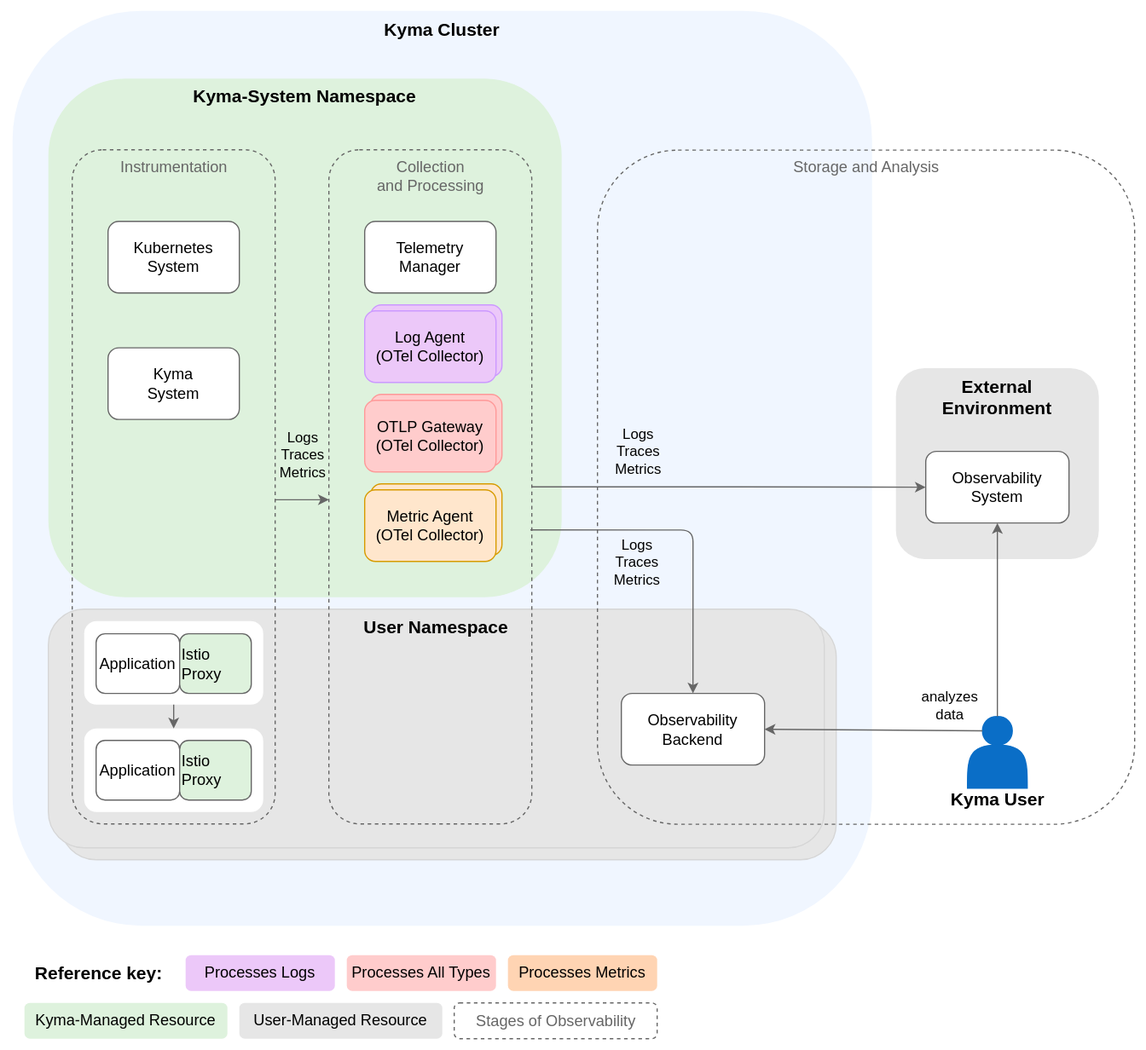
Before: docs/user/assets/telemetry-arch.drawio.svg, a diagram exported from draw.io (kyma-project/telemetry-manager). Source tidied: cells renumbered, new cells last; positions are measured from the earlier drawing's top-left corner, leaving out a move shared by most shapes.
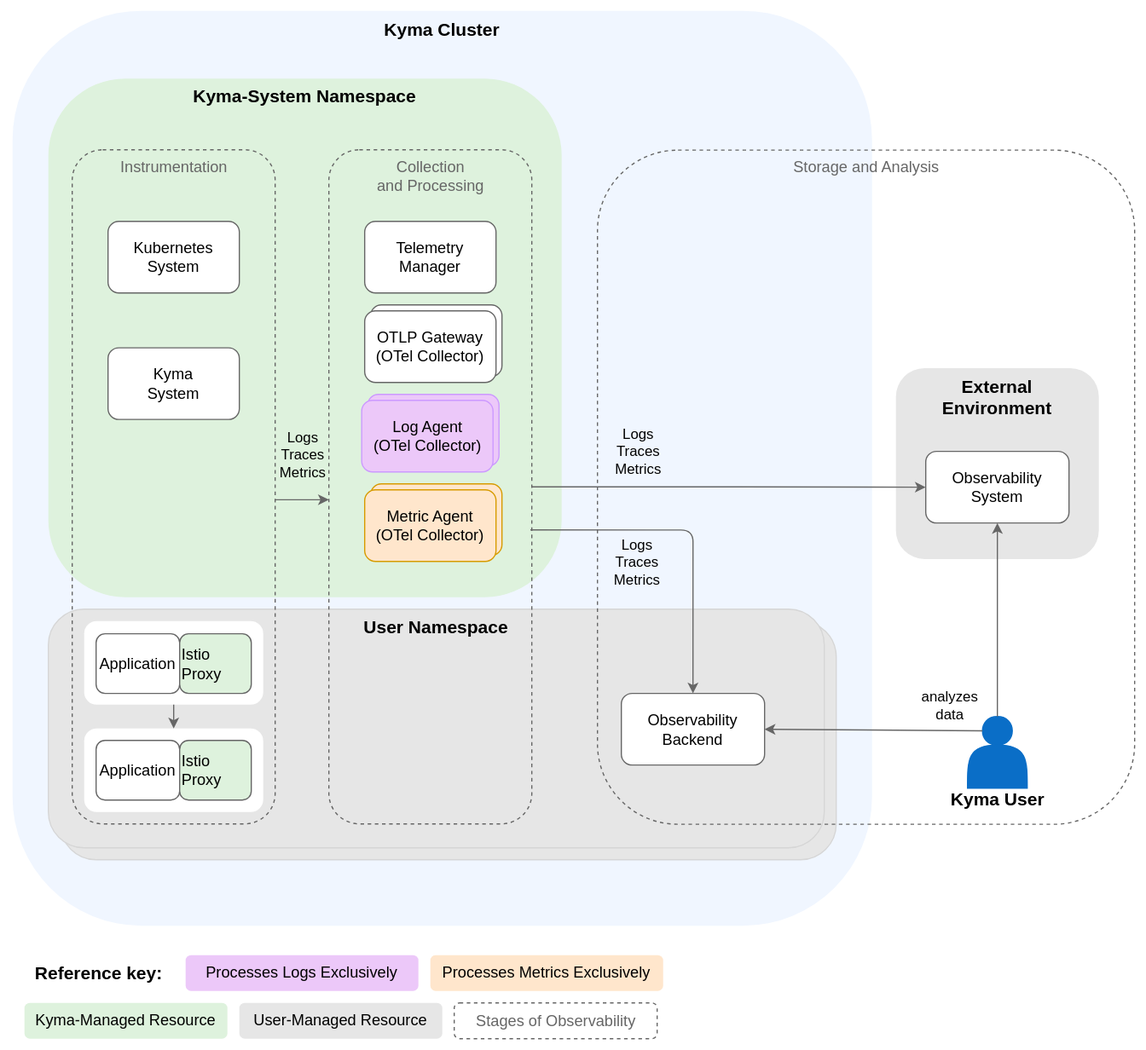
Above is the later version.

Commit message:
docs: adjust diagrams according to new OTLP Gateway architecture (#3423)

The edit, as a diff of the source:
```diff
@@ -72,22 +72,19 @@
       <mxGeometry x="305" y="185" width="110" height="60" as="geometry" />
     </mxCell>
     <mxCell id="22" value="Log Agent&lt;br&gt;(Fluent Bit)" style="rounded=1;whiteSpace=wrap;html=1;fillColor=#ecc8f9;strokeColor=#CC99FF;fontColor=#000000;" parent="1" vertex="1">
-      <mxGeometry x="310" y="255" width="110" height="60" as="geometry" />
+      <mxGeometry x="307.5" y="330" width="110" height="60" as="geometry" />
     </mxCell>
-    <mxCell id="23" value="Trace Gateway&lt;br&gt;(Otel Collector)" style="rounded=1;whiteSpace=wrap;html=1;fillColor=#FFCCCC;strokeColor=#FF9999;fontColor=#000000;" parent="1" vertex="1">
-      <mxGeometry x="310" y="330" width="110" height="60" as="geometry" />
+    <mxCell id="23" value="Trace Gateway&lt;br&gt;(Otel Collector)" style="rounded=1;whiteSpace=wrap;html=1;fillColor=#FFFFFF;strokeColor=#666666;fontColor=#000000;" parent="1" vertex="1">
+      <mxGeometry x="310" y="255" width="110" height="60" as="geometry" />
     </mxCell>
     <mxCell id="24" value="&lt;font style=&quot;font-size: 15px;&quot;&gt;&lt;b&gt;Reference key:&lt;/b&gt;&lt;/font&gt;" style="text;html=1;align=center;verticalAlign=middle;strokeColor=none;fillColor=#FFFFFF;fontColor=#000000;" parent="1" vertex="1">
       <mxGeometry x="17" y="800" width="130" height="30" as="geometry" />
     </mxCell>
-    <mxCell id="25" value="&lt;span style=&quot;color: rgb(0, 0, 0); font-family: Helvetica; font-size: 13px; font-style: normal; font-variant-ligatures: normal; font-variant-caps: normal; font-weight: 400; letter-spacing: normal; orphans: 2; text-indent: 0px; text-transform: none; widows: 2; word-spacing: 0px; -webkit-text-stroke-width: 0px; text-decoration-thickness: initial; text-decoration-style: initial; text-decoration-color: initial; float: none; display: inline !important;&quot;&gt;Processes Logs&lt;/span&gt;" style="text;whiteSpace=wrap;html=1;strokeColor=none;rounded=1;fillColor=#ecc8f9;align=center;fontSize=13;" parent="1" vertex="1">
-      <mxGeometry x="155" y="800" width="125" height="30" as="geometry" />
+    <mxCell id="25" value="&lt;span style=&quot;color: rgb(0, 0, 0); font-family: Helvetica; font-size: 13px; font-style: normal; font-variant-ligatures: normal; font-variant-caps: normal; font-weight: 400; letter-spacing: normal; orphans: 2; text-indent: 0px; text-transform: none; widows: 2; word-spacing: 0px; -webkit-text-stroke-width: 0px; text-decoration-thickness: initial; text-decoration-style: initial; text-decoration-color: initial; float: none; display: inline !important;&quot;&gt;Processes Logs Exclusively&lt;/span&gt;" style="text;whiteSpace=wrap;html=1;strokeColor=none;rounded=1;fillColor=#ecc8f9;align=center;fontSize=13;" parent="1" vertex="1">
+      <mxGeometry x="155" y="800" width="195" height="30" as="geometry" />
     </mxCell>
-    <mxCell id="26" value="&lt;span style=&quot;color: rgb(0, 0, 0); font-family: Helvetica; font-size: 13px; font-style: normal; font-variant-ligatures: normal; font-variant-caps: normal; font-weight: 400; letter-spacing: normal; orphans: 2; text-indent: 0px; text-transform: none; widows: 2; word-spacing: 0px; -webkit-text-stroke-width: 0px; text-decoration-thickness: initial; text-decoration-style: initial; text-decoration-color: initial; float: none; display: inline !important;&quot;&gt;Processes All Types&lt;/span&gt;" style="text;whiteSpace=wrap;html=1;strokeColor=none;rounded=1;fillColor=#FFCCCC;align=center;fontSize=13;" parent="1" vertex="1">
-      <mxGeometry x="290" y="800" width="125" height="30" as="geometry" />
-    </mxCell>
-    <mxCell id="27" value="&lt;span style=&quot;color: rgb(0, 0, 0); font-family: Helvetica; font-size: 13px; font-style: normal; font-variant-ligatures: normal; font-variant-caps: normal; font-weight: 400; letter-spacing: normal; orphans: 2; text-indent: 0px; text-transform: none; widows: 2; word-spacing: 0px; -webkit-text-stroke-width: 0px; text-decoration-thickness: initial; text-decoration-style: initial; text-decoration-color: initial; float: none; display: inline !important;&quot;&gt;Processes Metrics&lt;/span&gt;" style="text;whiteSpace=wrap;html=1;strokeColor=none;rounded=1;fillColor=#ffd4b3;align=center;fontSize=13;" parent="1" vertex="1">
-      <mxGeometry x="425" y="800" width="125" height="30" as="geometry" />
+    <mxCell id="27" value="&lt;span style=&quot;color: rgb(0, 0, 0); font-family: Helvetica; font-size: 13px; font-style: normal; font-variant-ligatures: normal; font-variant-caps: normal; font-weight: 400; letter-spacing: normal; orphans: 2; text-indent: 0px; text-transform: none; widows: 2; word-spacing: 0px; -webkit-text-stroke-width: 0px; text-decoration-thickness: initial; text-decoration-style: initial; text-decoration-color: initial; float: none; display: inline !important;&quot;&gt;Processes Metrics Exclusively&lt;/span&gt;" style="text;whiteSpace=wrap;html=1;strokeColor=none;rounded=1;fillColor=#FFE6CC;align=center;fontSize=13;" parent="1" vertex="1">
+      <mxGeometry x="360" y="800" width="195" height="30" as="geometry" />
     </mxCell>
     <mxCell id="28" value="&lt;span style=&quot;color: rgb(0, 0, 0); font-family: Helvetica; font-size: 13px; font-style: normal; font-variant-ligatures: normal; font-variant-caps: normal; font-weight: 400; letter-spacing: normal; orphans: 2; text-indent: 0px; text-transform: none; widows: 2; word-spacing: 0px; -webkit-text-stroke-width: 0px; text-decoration-thickness: initial; text-decoration-style: initial; text-decoration-color: initial; float: none; display: inline !important;&quot;&gt;User-Managed Resource&lt;/span&gt;" style="text;whiteSpace=wrap;html=1;strokeColor=none;rounded=1;fillColor=#e6e6e6;align=center;fontSize=13;" parent="1" vertex="1">
       <mxGeometry x="200" y="840" width="170" height="30" as="geometry" />
@@ -121,11 +118,11 @@
     <mxCell id="37" value="Metric Agent&lt;br style=&quot;font-size: 13px;&quot;&gt;(OTel&amp;nbsp;Collector)" style="rounded=1;whiteSpace=wrap;html=1;fillColor=#ffe6cc;strokeColor=#d79b00;fontSize=13;" parent="1" vertex="1">
       <mxGeometry x="305" y="410" width="110" height="60" as="geometry" />
     </mxCell>
-    <mxCell id="38" value="OTLP Gateway&lt;br style=&quot;font-size: 13px;&quot;&gt;(OTel&amp;nbsp;Collector)" style="rounded=1;whiteSpace=wrap;html=1;fillColor=#FFCCCC;strokeColor=#FF9999;fontColor=#000000;fontSize=13;" parent="1" vertex="1">
-      <mxGeometry x="305" y="335" width="110" height="60" as="geometry" />
+    <mxCell id="38" value="OTLP Gateway&lt;br style=&quot;font-size: 13px;&quot;&gt;(OTel&amp;nbsp;Collector)" style="rounded=1;whiteSpace=wrap;html=1;fillColor=#FFFFFF;strokeColor=#666666;fontColor=#000000;fontSize=13;" parent="1" vertex="1">
+      <mxGeometry x="305" y="260" width="110" height="60" as="geometry" />
     </mxCell>
     <mxCell id="39" value="Log Agent&lt;br style=&quot;font-size: 13px;&quot;&gt;(OTel Collector)" style="rounded=1;whiteSpace=wrap;html=1;fillColor=#ecc8f9;strokeColor=#CC99FF;fontColor=#000000;fontSize=13;" parent="1" vertex="1">
-      <mxGeometry x="305" y="260" width="110" height="60" as="geometry" />
+      <mxGeometry x="302.5" y="335" width="110" height="60" as="geometry" />
     </mxCell>
     <mxCell id="40" style="rounded=1;whiteSpace=wrap;html=1;fillColor=#FFFFFF;strokeColor=none;fontColor=#000000;dashed=1;dashPattern=1 4;" parent="1" vertex="1">
       <mxGeometry x="70" y="520" width="150" height="70" as="geometry" />
```
